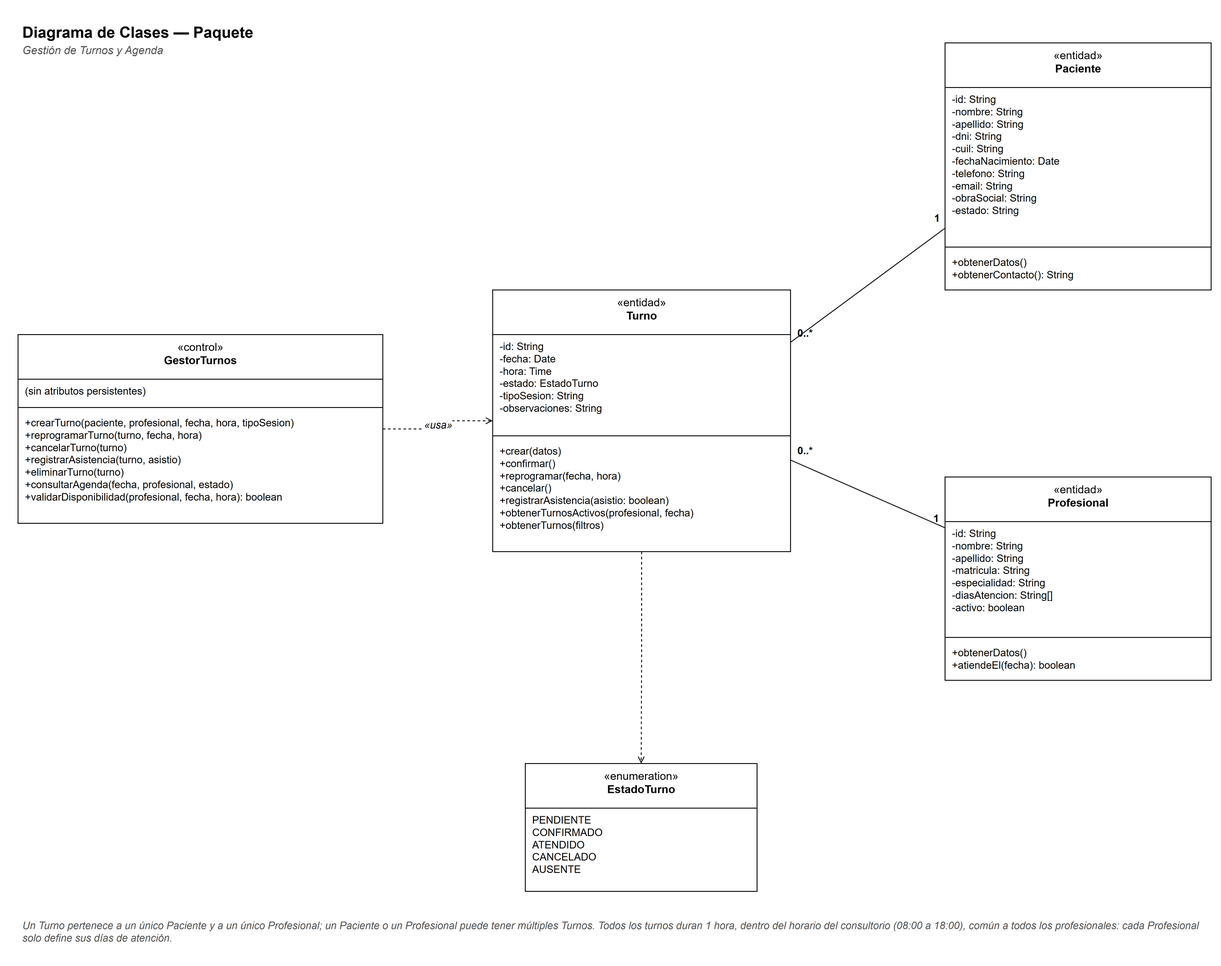
Above: docs/diagramas/clases-turnos.png in Matiglorioso/kineturnos (draw.io), before the change. Source tidied: cells renumbered, new cells last; positions are measured from the earlier drawing's top-left corner, leaving out a move shared by most shapes. The source it was exported from:
```xml
<mxGraphModel background="#FFFFFF">
  <root>
    <mxCell id="0" />
    <mxCell id="1" parent="0" />
    <mxCell id="2" value="&lt;b&gt;Diagrama de Clases — Paquete&lt;/b&gt;" style="text;html=1;strokeColor=none;fillColor=none;align=left;verticalAlign=top;whiteSpace=wrap;fontFamily=Helvetica;fontSize=18;" parent="1" vertex="1">
      <mxGeometry x="3" width="900" height="26" as="geometry" />
    </mxCell>
    <mxCell id="3" value="&lt;i&gt;Gestión de Turnos y Agenda&lt;/i&gt;" style="text;html=1;strokeColor=none;fillColor=none;align=left;verticalAlign=top;whiteSpace=wrap;fontFamily=Helvetica;fontSize=13;fontColor=#555555;" parent="1" vertex="1">
      <mxGeometry x="3" y="24" width="900" height="20" as="geometry" />
    </mxCell>
    <mxCell id="4" value="«control»&lt;br&gt;&lt;b&gt;GestorTurnos&lt;/b&gt;" style="swimlane;fontStyle=0;align=center;verticalAlign=top;horizontal=1;startSize=52;whiteSpace=wrap;html=1;fillColor=#FFFFFF;strokeColor=#000000;fontFamily=Helvetica;fontSize=13;" parent="1" vertex="1">
      <mxGeometry y="370" width="425" height="220" as="geometry" />
    </mxCell>
    <mxCell id="5" value="(sin atributos persistentes)" style="text;strokeColor=none;fillColor=none;align=left;verticalAlign=top;spacingLeft=6;spacingRight=4;overflow=hidden;whiteSpace=wrap;html=1;fontFamily=Helvetica;fontSize=12;" parent="4" vertex="1">
      <mxGeometry y="52" width="425" height="29" as="geometry" />
    </mxCell>
    <mxCell id="6" style="line;strokeWidth=1;fillColor=none;align=left;verticalAlign=middle;spacingTop=-1;spacingLeft=3;spacingRight=3;labelPosition=right;strokeColor=#000000;" parent="4" vertex="1">
      <mxGeometry y="81" width="425" height="8" as="geometry" />
    </mxCell>
    <mxCell id="7" value="+crearTurno(paciente, profesional, fecha, hora, tipoSesion)&lt;br&gt;+reprogramarTurno(turno, fecha, hora)&lt;br&gt;+cancelarTurno(turno)&lt;br&gt;+registrarAsistencia(turno, asistio)&lt;br&gt;+eliminarTurno(turno)&lt;br&gt;+consultarAgenda(fecha, profesional, estado)&lt;br&gt;+validarDisponibilidad(profesional, fecha, hora): boolean" style="text;strokeColor=none;fillColor=none;align=left;verticalAlign=top;spacingLeft=6;spacingRight=4;overflow=hidden;whiteSpace=wrap;html=1;fontFamily=Helvetica;fontSize=12;" parent="4" vertex="1">
      <mxGeometry y="89" width="425" height="131" as="geometry" />
    </mxCell>
    <mxCell id="8" value="«entidad»&lt;br&gt;&lt;b&gt;Turno&lt;/b&gt;" style="swimlane;fontStyle=0;align=center;verticalAlign=top;horizontal=1;startSize=52;whiteSpace=wrap;html=1;fillColor=#FFFFFF;strokeColor=#000000;fontFamily=Helvetica;fontSize=13;" parent="1" vertex="1">
      <mxGeometry x="553" y="318" width="347" height="305" as="geometry" />
    </mxCell>
    <mxCell id="9" value="-id: String&lt;br&gt;-fecha: Date&lt;br&gt;-hora: Time&lt;br&gt;-estado: EstadoTurno&lt;br&gt;-tipoSesion: String&lt;br&gt;-observaciones: String" style="text;strokeColor=none;fillColor=none;align=left;verticalAlign=top;spacingLeft=6;spacingRight=4;overflow=hidden;whiteSpace=wrap;html=1;fontFamily=Helvetica;fontSize=12;" parent="8" vertex="1">
      <mxGeometry y="52" width="347" height="114" as="geometry" />
    </mxCell>
    <mxCell id="10" style="line;strokeWidth=1;fillColor=none;align=left;verticalAlign=middle;spacingTop=-1;spacingLeft=3;spacingRight=3;labelPosition=right;strokeColor=#000000;" parent="8" vertex="1">
      <mxGeometry y="166" width="347" height="8" as="geometry" />
    </mxCell>
    <mxCell id="11" value="+crear(datos)&lt;br&gt;+confirmar()&lt;br&gt;+reprogramar(fecha, hora)&lt;br&gt;+cancelar()&lt;br&gt;+registrarAsistencia(asistio: boolean)&lt;br&gt;+obtenerTurnosActivos(profesional, fecha)&lt;br&gt;+obtenerTurnos(filtros)" style="text;strokeColor=none;fillColor=none;align=left;verticalAlign=top;spacingLeft=6;spacingRight=4;overflow=hidden;whiteSpace=wrap;html=1;fontFamily=Helvetica;fontSize=12;" parent="8" vertex="1">
      <mxGeometry y="174" width="347" height="131" as="geometry" />
    </mxCell>
    <mxCell id="12" value="«entidad»&lt;br&gt;&lt;b&gt;Paciente&lt;/b&gt;" style="swimlane;fontStyle=0;align=center;verticalAlign=top;horizontal=1;startSize=52;whiteSpace=wrap;html=1;fillColor=#FFFFFF;strokeColor=#000000;fontFamily=Helvetica;fontSize=13;" parent="1" vertex="1">
      <mxGeometry x="1080" y="30" width="310" height="288" as="geometry" />
    </mxCell>
    <mxCell id="13" value="-id: String&lt;br&gt;-nombre: String&lt;br&gt;-apellido: String&lt;br&gt;-dni: String&lt;br&gt;-cuil: String&lt;br&gt;-fechaNacimiento: Date&lt;br&gt;-telefono: String&lt;br&gt;-email: String&lt;br&gt;-obraSocial: String&lt;br&gt;-estado: String" style="text;strokeColor=none;fillColor=none;align=left;verticalAlign=top;spacingLeft=6;spacingRight=4;overflow=hidden;whiteSpace=wrap;html=1;fontFamily=Helvetica;fontSize=12;" parent="12" vertex="1">
      <mxGeometry y="52" width="310" height="182" as="geometry" />
    </mxCell>
    <mxCell id="14" style="line;strokeWidth=1;fillColor=none;align=left;verticalAlign=middle;spacingTop=-1;spacingLeft=3;spacingRight=3;labelPosition=right;strokeColor=#000000;" parent="12" vertex="1">
      <mxGeometry y="234" width="310" height="8" as="geometry" />
    </mxCell>
    <mxCell id="15" value="+obtenerDatos()&lt;br&gt;+obtenerContacto(): String" style="text;strokeColor=none;fillColor=none;align=left;verticalAlign=top;spacingLeft=6;spacingRight=4;overflow=hidden;whiteSpace=wrap;html=1;fontFamily=Helvetica;fontSize=12;" parent="12" vertex="1">
      <mxGeometry y="242" width="310" height="46" as="geometry" />
    </mxCell>
    <mxCell id="16" value="«entidad»&lt;br&gt;&lt;b&gt;Profesional&lt;/b&gt;" style="swimlane;fontStyle=0;align=center;verticalAlign=top;horizontal=1;startSize=52;whiteSpace=wrap;html=1;fillColor=#FFFFFF;strokeColor=#000000;fontFamily=Helvetica;fontSize=13;" parent="1" vertex="1">
      <mxGeometry x="1080" y="536" width="310" height="237" as="geometry" />
    </mxCell>
    <mxCell id="17" value="-id: String&lt;br&gt;-nombre: String&lt;br&gt;-apellido: String&lt;br&gt;-matricula: String&lt;br&gt;-especialidad: String&lt;br&gt;-diasAtencion: String[]&lt;br&gt;-activo: boolean" style="text;strokeColor=none;fillColor=none;align=left;verticalAlign=top;spacingLeft=6;spacingRight=4;overflow=hidden;whiteSpace=wrap;html=1;fontFamily=Helvetica;fontSize=12;" parent="16" vertex="1">
      <mxGeometry y="52" width="310" height="131" as="geometry" />
    </mxCell>
    <mxCell id="18" style="line;strokeWidth=1;fillColor=none;align=left;verticalAlign=middle;spacingTop=-1;spacingLeft=3;spacingRight=3;labelPosition=right;strokeColor=#000000;" parent="16" vertex="1">
      <mxGeometry y="183" width="310" height="8" as="geometry" />
    </mxCell>
    <mxCell id="19" value="+obtenerDatos()&lt;br&gt;+atiendeEl(fecha): boolean" style="text;strokeColor=none;fillColor=none;align=left;verticalAlign=top;spacingLeft=6;spacingRight=4;overflow=hidden;whiteSpace=wrap;html=1;fontFamily=Helvetica;fontSize=12;" parent="16" vertex="1">
      <mxGeometry y="191" width="310" height="46" as="geometry" />
    </mxCell>
    <mxCell id="20" value="«enumeration»&lt;br&gt;&lt;b&gt;EstadoTurno&lt;/b&gt;" style="swimlane;fontStyle=0;align=center;verticalAlign=top;horizontal=1;startSize=52;whiteSpace=wrap;html=1;fillColor=#FFFFFF;strokeColor=#000000;fontFamily=Helvetica;fontSize=13;" parent="1" vertex="1">
      <mxGeometry x="591" y="870" width="270" height="149" as="geometry" />
    </mxCell>
    <mxCell id="21" value="PENDIENTE&lt;br&gt;CONFIRMADO&lt;br&gt;ATENDIDO&lt;br&gt;CANCELADO&lt;br&gt;AUSENTE" style="text;strokeColor=none;fillColor=none;align=left;verticalAlign=top;spacingLeft=6;spacingRight=4;overflow=hidden;whiteSpace=wrap;html=1;fontFamily=Helvetica;fontSize=12;" parent="20" vertex="1">
      <mxGeometry y="52" width="270" height="97" as="geometry" />
    </mxCell>
    <mxCell id="22" value="«usa»" style="edgeStyle=orthogonalEdgeStyle;rounded=0;html=1;endArrow=open;startArrow=none;endFill=0;startFill=0;strokeColor=#000000;fontFamily=Helvetica;fontSize=12;fontStyle=2;dashed=1;" parent="1" edge="1" source="4" target="8">
      <mxGeometry relative="1" as="geometry" />
    </mxCell>
    <mxCell id="23" style="edgeStyle=orthogonalEdgeStyle;rounded=0;html=1;endArrow=none;startArrow=none;endFill=0;startFill=0;strokeColor=#000000;fontFamily=Helvetica;fontSize=12;edgeStyle=none;exitX=1;exitY=0.2;exitDx=0;exitDy=0;entryX=0;entryY=0.75;entryDx=0;entryDy=0;" parent="1" edge="1" source="8" target="12">
      <mxGeometry relative="1" as="geometry" />
    </mxCell>
    <mxCell id="24" value="0..*" style="edgeLabel;html=1;align=left;verticalAlign=bottom;labelBackgroundColor=none;fontFamily=Helvetica;fontSize=12;fontStyle=1;" parent="23" vertex="1">
      <mxGeometry x="-1" relative="1" as="geometry">
        <mxPoint x="6" y="-2" as="offset" />
      </mxGeometry>
    </mxCell>
    <mxCell id="25" value="1" style="edgeLabel;html=1;align=right;verticalAlign=bottom;labelBackgroundColor=none;fontFamily=Helvetica;fontSize=12;fontStyle=1;" parent="23" vertex="1">
      <mxGeometry x="1" relative="1" as="geometry">
        <mxPoint x="-6" y="-2" as="offset" />
      </mxGeometry>
    </mxCell>
    <mxCell id="26" style="edgeStyle=orthogonalEdgeStyle;rounded=0;html=1;endArrow=none;startArrow=none;endFill=0;startFill=0;strokeColor=#000000;fontFamily=Helvetica;fontSize=12;edgeStyle=none;exitX=1;exitY=0.65;exitDx=0;exitDy=0;entryX=0;entryY=0.25;entryDx=0;entryDy=0;" parent="1" edge="1" source="8" target="16">
      <mxGeometry relative="1" as="geometry" />
    </mxCell>
    <mxCell id="27" value="0..*" style="edgeLabel;html=1;align=left;verticalAlign=bottom;labelBackgroundColor=none;fontFamily=Helvetica;fontSize=12;fontStyle=1;" parent="26" vertex="1">
      <mxGeometry x="-1" relative="1" as="geometry">
        <mxPoint x="6" y="-2" as="offset" />
      </mxGeometry>
    </mxCell>
    <mxCell id="28" value="1" style="edgeLabel;html=1;align=right;verticalAlign=bottom;labelBackgroundColor=none;fontFamily=Helvetica;fontSize=12;fontStyle=1;" parent="26" vertex="1">
      <mxGeometry x="1" relative="1" as="geometry">
        <mxPoint x="-6" y="-2" as="offset" />
      </mxGeometry>
    </mxCell>
    <mxCell id="29" style="edgeStyle=orthogonalEdgeStyle;rounded=0;html=1;endArrow=open;startArrow=none;endFill=0;startFill=0;strokeColor=#000000;fontFamily=Helvetica;fontSize=12;dashed=1;" parent="1" edge="1" source="8" target="20">
      <mxGeometry relative="1" as="geometry" />
    </mxCell>
    <mxCell id="30" value="&lt;i&gt;Un Turno pertenece a un único Paciente y a un único Profesional; un Paciente o un Profesional puede tener múltiples Turnos. Todos los turnos duran 1 hora, dentro del horario del consultorio (08:00 a 18:00), común a todos los profesionales: cada Profesional solo define sus días de atención.&lt;/i&gt;" style="text;html=1;strokeColor=none;fillColor=none;align=left;verticalAlign=top;whiteSpace=wrap;fontFamily=Helvetica;fontSize=12;fontColor=#555555;" parent="1" vertex="1">
      <mxGeometry x="3" y="1045" width="1380" height="50" as="geometry" />
    </mxCell>
  </root>
</mxGraphModel>
```
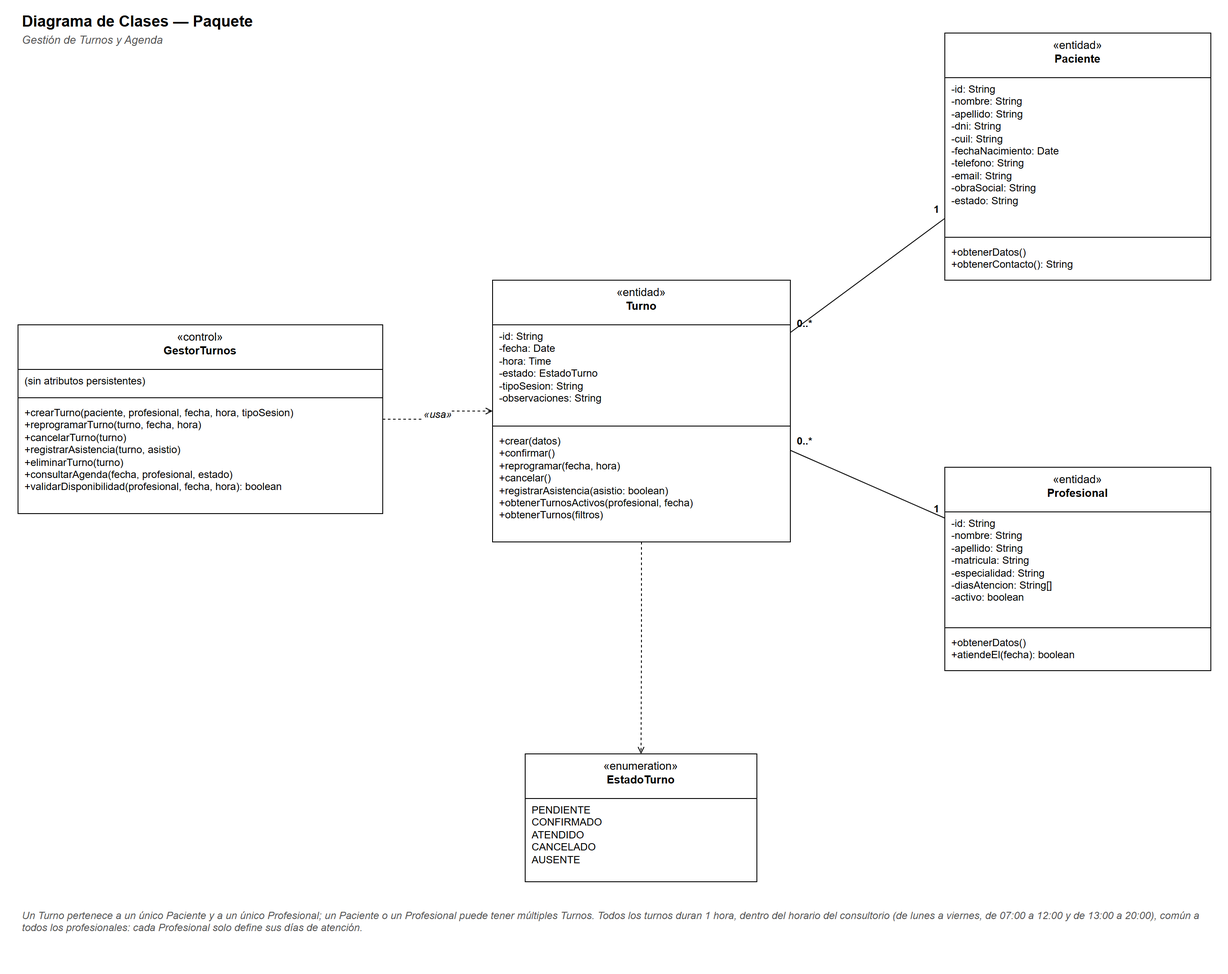
The same file after the commit.

Commit message:
README y documentos con el horario nuevo, y diagramas corregidos

The edit, as a diff of the source:
```diff
@@ -94,7 +94,7 @@
     <mxCell id="29" style="edgeStyle=orthogonalEdgeStyle;rounded=0;html=1;endArrow=open;startArrow=none;endFill=0;startFill=0;strokeColor=#000000;fontFamily=Helvetica;fontSize=12;dashed=1;" parent="1" edge="1" source="8" target="20">
       <mxGeometry relative="1" as="geometry" />
     </mxCell>
-    <mxCell id="30" value="&lt;i&gt;Un Turno pertenece a un único Paciente y a un único Profesional; un Paciente o un Profesional puede tener múltiples Turnos. Todos los turnos duran 1 hora, dentro del horario del consultorio (08:00 a 18:00), común a todos los profesionales: cada Profesional solo define sus días de atención.&lt;/i&gt;" style="text;html=1;strokeColor=none;fillColor=none;align=left;verticalAlign=top;whiteSpace=wrap;fontFamily=Helvetica;fontSize=12;fontColor=#555555;" parent="1" vertex="1">
+    <mxCell id="30" value="&lt;i&gt;Un Turno pertenece a un único Paciente y a un único Profesional; un Paciente o un Profesional puede tener múltiples Turnos. Todos los turnos duran 1 hora, dentro del horario del consultorio (de lunes a viernes, de 07:00 a 12:00 y de 13:00 a 20:00), común a todos los profesionales: cada Profesional solo define sus días de atención.&lt;/i&gt;" style="text;html=1;strokeColor=none;fillColor=none;align=left;verticalAlign=top;whiteSpace=wrap;fontFamily=Helvetica;fontSize=12;fontColor=#555555;" parent="1" vertex="1">
       <mxGeometry x="3" y="1045" width="1380" height="50" as="geometry" />
     </mxCell>
   </root>
```
